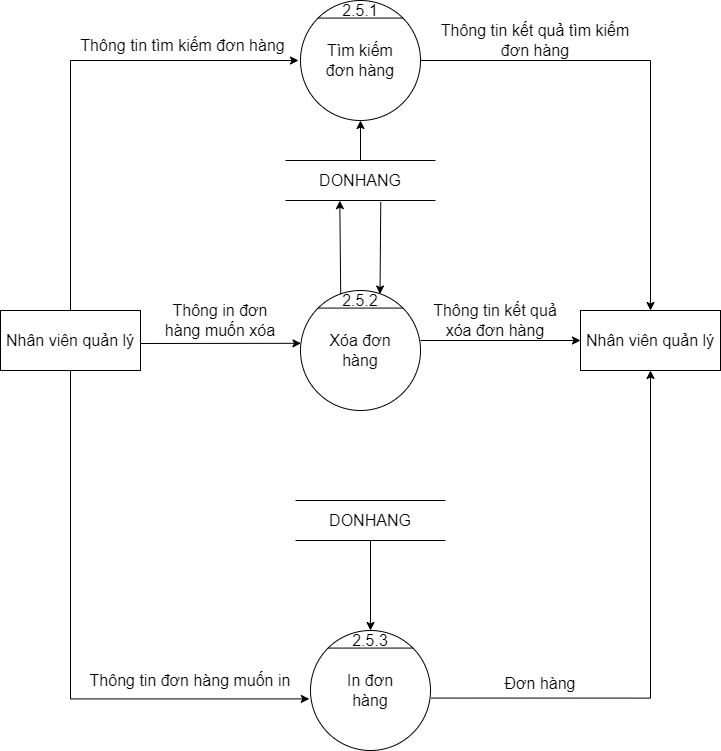
This is BFD&DFD/BFD&DFD mức 0, 1, 2, 3/DFD_2_QLDH.png from hungtadasuke/CoffeShop_SoftwareTechnology, a draw.io export, as it was before one commit. Source tidied: cells renumbered, new cells last; positions are measured from the earlier drawing's top-left corner, leaving out a move shared by most shapes.
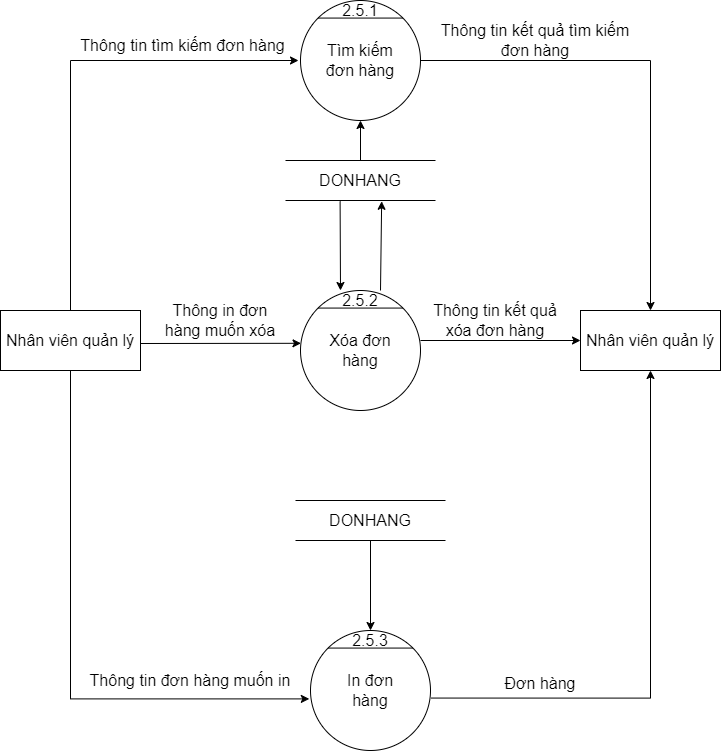
After the change.

The edit, as a diff of the source:
```diff
@@ -95,10 +95,10 @@
     <mxCell id="26" style="endArrow=classic;html=1;rounded=0;fontSize=16;entryX=0.5;entryY=1;entryDx=0;entryDy=0;exitX=0.5;exitY=0;exitDx=0;exitDy=0;" parent="1" edge="1" source="22" target="2">
       <mxGeometry relative="1" as="geometry" />
     </mxCell>
-    <mxCell id="27" style="endArrow=classic;html=1;rounded=0;fontSize=16;exitX=0.005;exitY=0.185;exitDx=0;exitDy=0;exitPerimeter=0;entryX=0.362;entryY=1.004;entryDx=0;entryDy=0;entryPerimeter=0;" parent="1" edge="1" source="14" target="22">
+    <mxCell id="27" style="endArrow=classic;html=1;rounded=0;fontSize=16;entryX=0.641;entryY=1.02;entryDx=0;entryDy=0;entryPerimeter=0;exitX=1;exitY=0;exitDx=0;exitDy=0;" parent="1" edge="1" source="14" target="22">
       <mxGeometry relative="1" as="geometry" />
     </mxCell>
-    <mxCell id="28" style="endArrow=classic;html=1;rounded=0;fontSize=16;exitX=0.635;exitY=1.037;exitDx=0;exitDy=0;exitPerimeter=0;entryX=0.988;entryY=0.176;entryDx=0;entryDy=0;entryPerimeter=0;" parent="1" edge="1" source="22" target="14">
+    <mxCell id="28" style="endArrow=classic;html=1;rounded=0;fontSize=16;exitX=0.364;exitY=1.02;exitDx=0;exitDy=0;exitPerimeter=0;entryX=0;entryY=0;entryDx=0;entryDy=0;" parent="1" edge="1" source="22" target="14">
       <mxGeometry relative="1" as="geometry" />
     </mxCell>
     <mxCell id="29" style="endArrow=classic;html=1;rounded=0;fontSize=16;entryX=0.5;entryY=0;entryDx=0;entryDy=0;exitX=0.5;exitY=1;exitDx=0;exitDy=0;" parent="1" edge="1" source="25" target="15">
```
